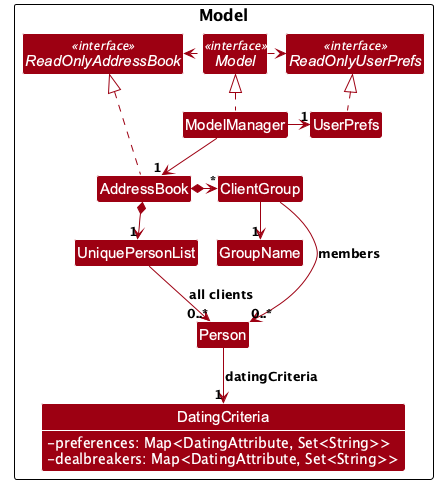
AY2627S1-CS2103T-W09-1/tp keeps this PlantUML diagram as docs/images/ModelClassDiagram.png. Above is the earlier version.
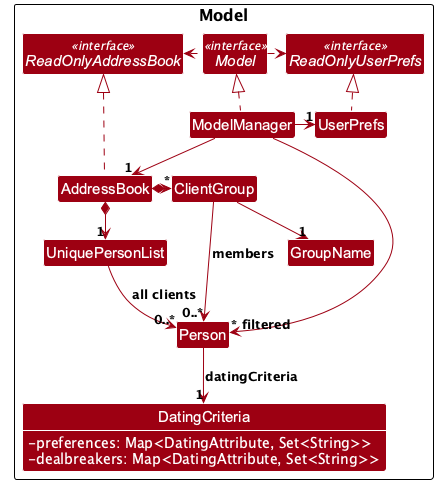
The same file after the commit.

The edit, as a diff of the source:
```diff
@@ -37,6 +37,7 @@
 ClientGroup -down-> "1" GroupName
 ClientGroup --> "0..*" Person : members
 UniquePersonList -down-> "0..*" Person : all clients
+ModelManager --> "~* filtered" Person
 Person -down-> "1" DatingCriteria : datingCriteria
 
 show DatingCriteria fields
```
